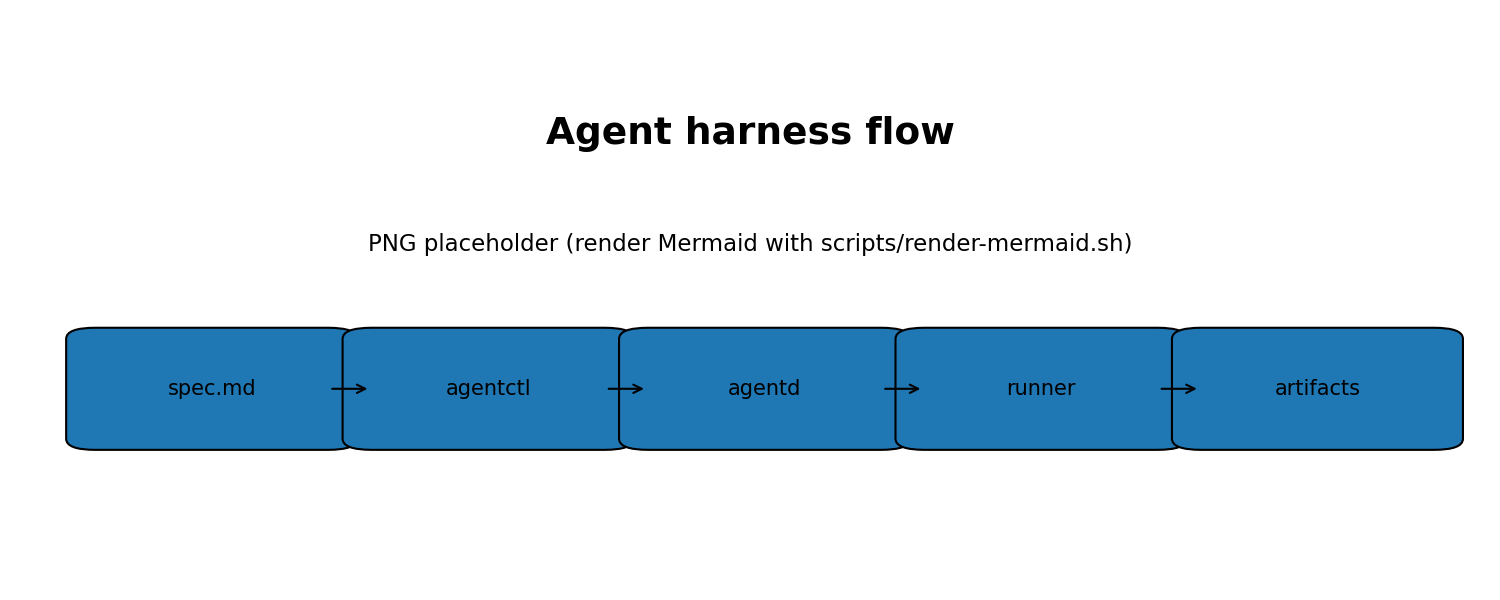
Volpestyle/vuhlp-code keeps this Mermaid diagram as docs/diagrams/agent-harness.png. Above is the earlier version. Its source is kept beside it as docs/diagrams/agent-harness.mmd. The source it was exported from:
```mermaid
%%{init: {'theme': 'base'}}%%
flowchart TD
  A[User writes spec.md] --> B[agentctl run]
  B --> C[agentd creates run + event log]
  C --> D[Context gather]
  D --> E[Model resolve via ai-kit]
  E --> F[Plan (structured JSON)]
  F --> G{Needs approval?}
  G -->|yes| H[Wait for approve]
  H --> I[Execute step]
  G -->|no| I[Execute step]
  I --> J[Verify (tests)]
  J --> K[Docs + diagrams]
  K --> L[Export artifacts]
```
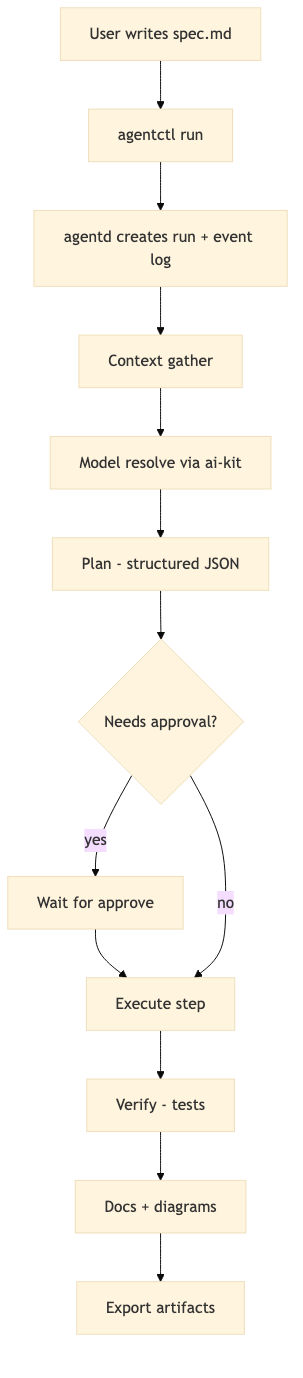
After the commit.

Commit message:
Render mermaid diagram

The edit, as a diff of the source:
```diff
@@ -4,11 +4,11 @@
   B --> C[agentd creates run + event log]
   C --> D[Context gather]
   D --> E[Model resolve via ai-kit]
-  E --> F[Plan (structured JSON)]
+  E --> F[Plan - structured JSON]
   F --> G{Needs approval?}
   G -->|yes| H[Wait for approve]
   H --> I[Execute step]
   G -->|no| I[Execute step]
-  I --> J[Verify (tests)]
+  I --> J[Verify - tests]
   J --> K[Docs + diagrams]
   K --> L[Export artifacts]
```
